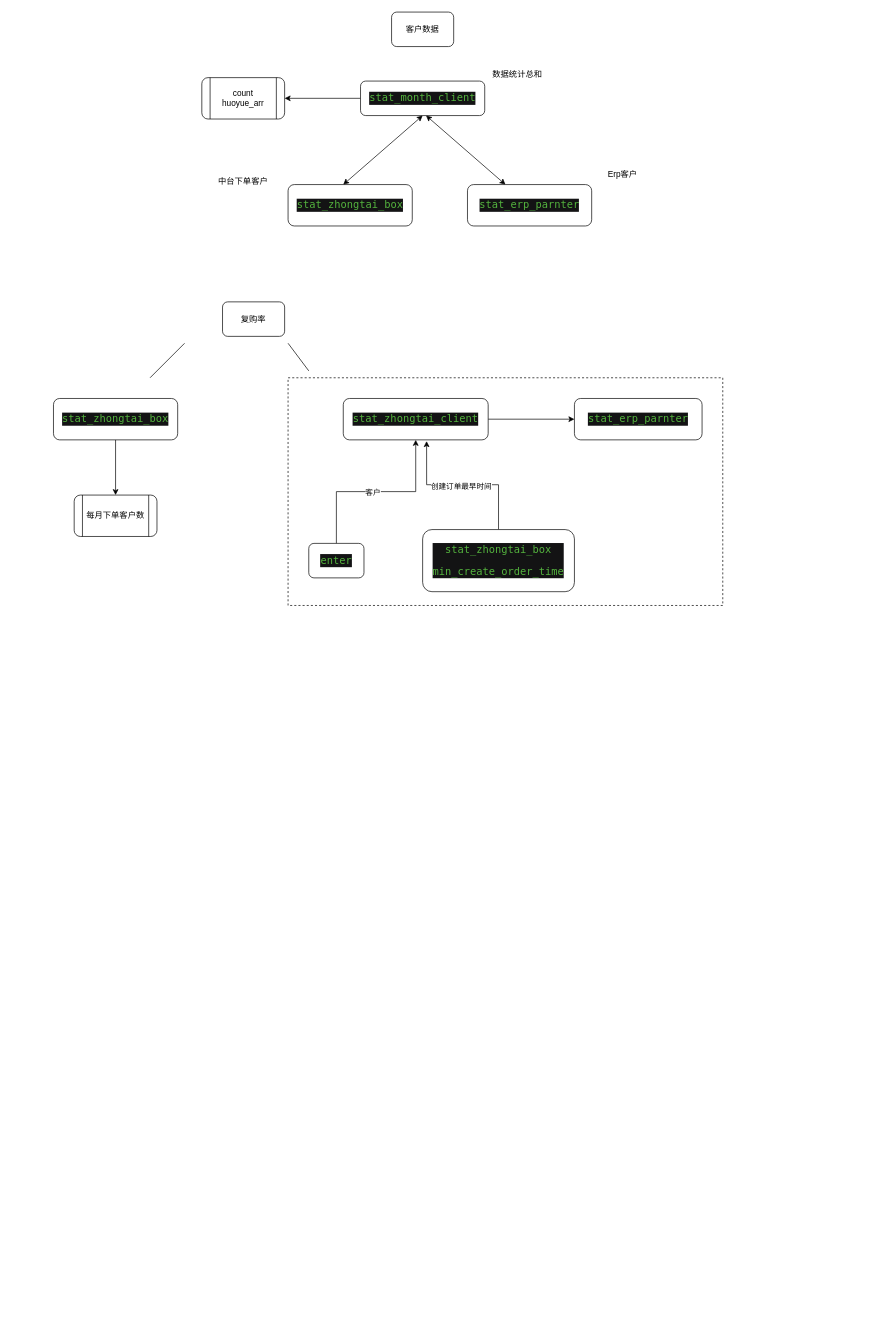
Earlier version of the draw.io diagram 数据分析-客户数据.drawio (gongyao1992/draw). Source tidied: cells renumbered, new cells numbered last; positions are measured from the earlier drawing's top-left corner, leaving out a move shared by most shapes. Both pictures are drawn from the tidied source at 69%, with x=0, y=0 at pixel (53, 12).
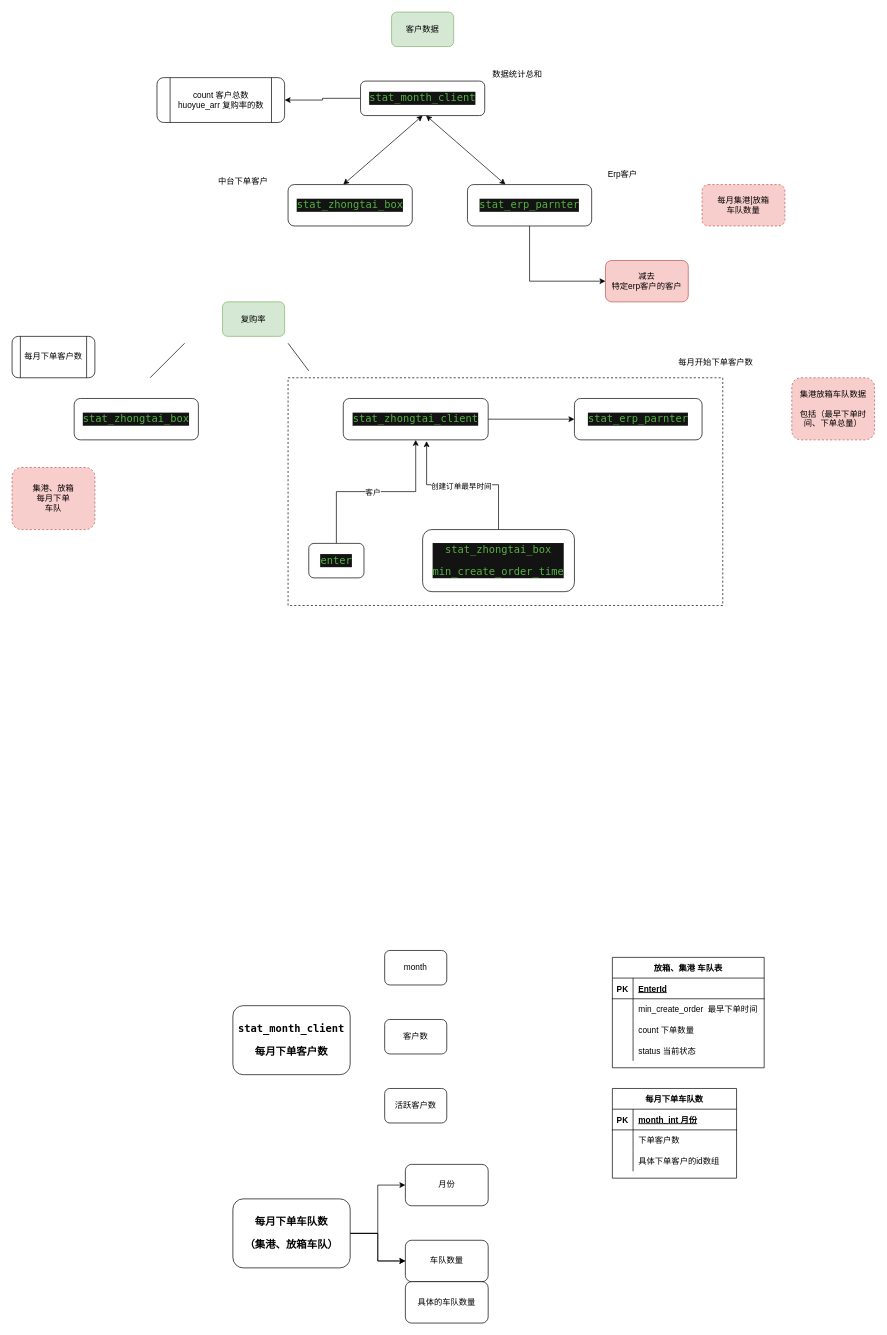
Above is the later version.

Commit message:
更新数据分析-客户数据.drawio

The change refers to these unchanged cells:
```xml
<mxCell id="6" value="&lt;pre style=&quot;background-color: #131314 ; color: #ebebeb ; font-family: &amp;#34;monaco&amp;#34; , monospace ; font-size: 11.3pt&quot;&gt;&lt;pre style=&quot;font-family: &amp;#34;monaco&amp;#34; , monospace ; font-size: 11.3pt&quot;&gt;&lt;span style=&quot;color: #54b33e&quot;&gt;stat_erp_parnter&lt;/span&gt;&lt;/pre&gt;&lt;/pre&gt;" style="rounded=1;whiteSpace=wrap;html=1;" parent="1" vertex="1">
  <mxGeometry x="600" y="250" width="180" height="60" as="geometry" />
</mxCell>
```

The edit, as a diff of the source:
```diff
@@
+    <mxCell id="26" style="rounded=0;whiteSpace=wrap;html=1;fillColor=none;dashed=1;" parent="1" vertex="1">
+      <mxGeometry x="340" y="530" width="630" height="330" as="geometry" />
+    </mxCell>
-    <mxCell id="2" value="客户数据" style="rounded=1;whiteSpace=wrap;html=1;" parent="1" vertex="1">
+    <mxCell id="2" value="客户数据" style="rounded=1;whiteSpace=wrap;html=1;fillColor=#d5e8d4;strokeColor=#82b366;" parent="1" vertex="1">
       <mxGeometry x="490" width="90" height="50" as="geometry" />
     </mxCell>
@@
+    <mxCell id="29" style="edgeStyle=orthogonalEdgeStyle;rounded=0;jettySize=auto;html=1;exitX=0.5;exitY=1;exitDx=0;exitDy=0;entryX=0;entryY=0.5;entryDx=0;entryDy=0;" parent="1" edge="1" source="6" target="45">
+      <mxGeometry relative="1" as="geometry" />
+    </mxCell>
@@
-    <mxCell id="12" value="count&lt;br&gt;huoyue_arr" style="shape=process;whiteSpace=wrap;html=1;backgroundOutline=1;rounded=1;" parent="1" vertex="1">
-      <mxGeometry x="215" y="95" width="120" height="60" as="geometry" />
+    <mxCell id="12" value="count 客户总数&lt;br&gt;huoyue_arr 复购率的数" style="shape=process;whiteSpace=wrap;html=1;backgroundOutline=1;rounded=1;" parent="1" vertex="1">
+      <mxGeometry x="150" y="95" width="185" height="65" as="geometry" />
     </mxCell>
@@
-    <mxCell id="22" value="复购率" style="rounded=1;whiteSpace=wrap;html=1;" parent="1" vertex="1">
+    <mxCell id="22" value="复购率" style="rounded=1;whiteSpace=wrap;html=1;fillColor=#d5e8d4;strokeColor=#82b366;" parent="1" vertex="1">
       <mxGeometry x="245" y="420" width="90" height="50" as="geometry" />
     </mxCell>
-    <mxCell id="23" style="edgeStyle=orthogonalEdgeStyle;rounded=0;jettySize=auto;html=1;" parent="1" edge="1" source="24" target="25">
-      <mxGeometry relative="1" as="geometry" />
-    </mxCell>
     <mxCell id="24" value="&lt;pre style=&quot;background-color: #131314 ; color: #ebebeb ; font-family: &amp;#34;monaco&amp;#34; , monospace ; font-size: 11.3pt&quot;&gt;&lt;span style=&quot;color: #54b33e&quot;&gt;stat_zhongtai_box&lt;/span&gt;&lt;/pre&gt;" style="rounded=1;whiteSpace=wrap;html=1;" parent="1" vertex="1">
-      <mxGeometry y="560" width="180" height="60" as="geometry" />
+      <mxGeometry x="30" y="560" width="180" height="60" as="geometry" />
     </mxCell>
     <mxCell id="25" value="每月下单客户数" style="shape=process;whiteSpace=wrap;html=1;backgroundOutline=1;rounded=1;" parent="1" vertex="1">
-      <mxGeometry x="30" y="700" width="120" height="60" as="geometry" />
+      <mxGeometry x="-60" y="470" width="120" height="60" as="geometry" />
     </mxCell>
-    <mxCell id="26" style="rounded=0;whiteSpace=wrap;html=1;fillColor=none;dashed=1;" parent="1" vertex="1">
-      <mxGeometry x="340" y="530" width="630" height="330" as="geometry" />
-    </mxCell>
@@
+    <mxCell id="30" value="每月开始下单客户数" style="text;html=1;strokeColor=none;fillColor=none;align=center;verticalAlign=middle;whiteSpace=wrap;rounded=0;dashed=1;" parent="1" vertex="1">
+      <mxGeometry x="900" y="495" width="120" height="25" as="geometry" />
+    </mxCell>
+    <mxCell id="31" value="每月集港|放箱&lt;br&gt;车队数量" style="rounded=1;whiteSpace=wrap;html=1;dashed=1;fillColor=#f8cecc;strokeColor=#b85450;" parent="1" vertex="1">
+      <mxGeometry x="940" y="250" width="120" height="60" as="geometry" />
+    </mxCell>
+    <mxCell id="32" value="集港放箱车队数据&lt;br&gt;&lt;br&gt;包括（最早下单时间、下单总量）" style="rounded=1;whiteSpace=wrap;html=1;dashed=1;fillColor=#f8cecc;strokeColor=#b85450;" parent="1" vertex="1">
+      <mxGeometry x="1070" y="530" width="120" height="90" as="geometry" />
+    </mxCell>
+    <mxCell id="33" value="集港、放箱&lt;br&gt;每月下单&lt;br&gt;车队" style="rounded=1;whiteSpace=wrap;html=1;dashed=1;fillColor=#f8cecc;strokeColor=#b85450;" parent="1" vertex="1">
+      <mxGeometry x="-60" y="660" width="120" height="90" as="geometry" />
+    </mxCell>
+    <mxCell id="34" value="&lt;pre style=&quot;font-family: &amp;#34;monaco&amp;#34; , monospace ; font-size: 11.3pt&quot;&gt;&lt;span style=&quot;background-color: rgb(255 , 255 , 255)&quot;&gt;&lt;b&gt;stat_month_client&lt;/b&gt;&lt;/span&gt;&lt;/pre&gt;&lt;pre style=&quot;font-family: &amp;#34;monaco&amp;#34; , monospace ; font-size: 11.3pt&quot;&gt;&lt;span style=&quot;background-color: rgb(255 , 255 , 255)&quot;&gt;&lt;b&gt;每月下单客户数&lt;/b&gt;&lt;/span&gt;&lt;/pre&gt;" style="rounded=1;whiteSpace=wrap;html=1;" parent="1" vertex="1">
+      <mxGeometry x="260" y="1440" width="170" height="100" as="geometry" />
+    </mxCell>
+    <mxCell id="35" value="month" style="rounded=1;whiteSpace=wrap;html=1;" parent="1" vertex="1">
+      <mxGeometry x="480" y="1360" width="90" height="50" as="geometry" />
+    </mxCell>
+    <mxCell id="36" value="客户数" style="rounded=1;whiteSpace=wrap;html=1;" parent="1" vertex="1">
+      <mxGeometry x="480" y="1460" width="90" height="50" as="geometry" />
+    </mxCell>
+    <mxCell id="37" value="活跃客户数" style="rounded=1;whiteSpace=wrap;html=1;" parent="1" vertex="1">
+      <mxGeometry x="480" y="1560" width="90" height="50" as="geometry" />
+    </mxCell>
+    <mxCell id="38" style="edgeStyle=orthogonalEdgeStyle;rounded=0;jettySize=auto;html=1;" parent="1" edge="1" source="41" target="42">
+      <mxGeometry relative="1" as="geometry" />
+    </mxCell>
+    <mxCell id="39" style="edgeStyle=orthogonalEdgeStyle;rounded=0;jettySize=auto;html=1;" parent="1" edge="1" source="41" target="43">
+      <mxGeometry relative="1" as="geometry" />
+    </mxCell>
+    <mxCell id="40" style="edgeStyle=orthogonalEdgeStyle;rounded=0;jettySize=auto;html=1;" parent="1" edge="1" source="41" target="43">
+      <mxGeometry relative="1" as="geometry" />
+    </mxCell>
+    <mxCell id="41" value="&lt;pre style=&quot;font-family: &amp;#34;monaco&amp;#34; , monospace ; font-size: 11.3pt&quot;&gt;&lt;span style=&quot;background-color: rgb(255 , 255 , 255)&quot;&gt;&lt;b&gt;每月下单车队数&lt;/b&gt;&lt;/span&gt;&lt;/pre&gt;&lt;pre style=&quot;font-family: &amp;#34;monaco&amp;#34; , monospace ; font-size: 11.3pt&quot;&gt;&lt;span style=&quot;background-color: rgb(255 , 255 , 255)&quot;&gt;&lt;b&gt;（集港、放箱车队）&lt;/b&gt;&lt;/span&gt;&lt;/pre&gt;" style="rounded=1;whiteSpace=wrap;html=1;" parent="1" vertex="1">
+      <mxGeometry x="260" y="1720" width="170" height="100" as="geometry" />
+    </mxCell>
+    <mxCell id="42" value="月份" style="whiteSpace=wrap;html=1;rounded=1;" parent="1" vertex="1">
+      <mxGeometry x="510" y="1670" width="120" height="60" as="geometry" />
+    </mxCell>
+    <mxCell id="43" value="车队数量" style="whiteSpace=wrap;html=1;rounded=1;" parent="1" vertex="1">
+      <mxGeometry x="510" y="1780" width="120" height="60" as="geometry" />
+    </mxCell>
+    <mxCell id="44" value="具体的车队数量" style="whiteSpace=wrap;html=1;rounded=1;" parent="1" vertex="1">
+      <mxGeometry x="510" y="1840" width="120" height="60" as="geometry" />
+    </mxCell>
+    <mxCell id="45" value="减去&lt;br&gt;特定erp客户的客户" style="rounded=1;whiteSpace=wrap;html=1;fillColor=#f8cecc;strokeColor=#b85450;" parent="1" vertex="1">
+      <mxGeometry x="800" y="360" width="120" height="60" as="geometry" />
+    </mxCell>
+    <mxCell id="46" value="放箱、集港 车队表" style="shape=table;startSize=30;childLayout=tableLayout;rowLines=0;fontStyle=1;align=center;gradientColor=none;" parent="1" vertex="1">
+      <mxGeometry x="810" y="1370" width="220" height="160" as="geometry" />
+    </mxCell>
+    <mxCell id="47" style="shape=partialRectangle;fillColor=none;top=0;left=0;bottom=1;right=0;" parent="46" vertex="1">
+      <mxGeometry y="30" width="220" height="30" as="geometry" />
+    </mxCell>
+    <mxCell id="48" value="PK" style="shape=partialRectangle;fillColor=none;top=0;left=0;bottom=0;right=0;fontStyle=1;overflow=hidden;" parent="47" vertex="1">
+      <mxGeometry width="30" height="30" as="geometry" />
+    </mxCell>
+    <mxCell id="49" value="EnterId" style="shape=partialRectangle;fillColor=none;top=0;left=0;bottom=0;right=0;align=left;spacingLeft=6;fontStyle=5;overflow=hidden;" parent="47" vertex="1">
+      <mxGeometry x="30" width="190" height="30" as="geometry" />
+    </mxCell>
+    <mxCell id="50" style="shape=partialRectangle;fillColor=none;top=0;left=0;bottom=0;right=0;" parent="46" vertex="1">
+      <mxGeometry y="60" width="220" height="30" as="geometry" />
+    </mxCell>
+    <mxCell id="51" style="shape=partialRectangle;fillColor=none;top=0;left=0;bottom=0;right=0;overflow=hidden;" parent="50" vertex="1">
+      <mxGeometry width="30" height="30" as="geometry" />
+    </mxCell>
+    <mxCell id="52" value="min_create_order  最早下单时间" style="shape=partialRectangle;fillColor=none;top=0;left=0;bottom=0;right=0;align=left;spacingLeft=6;overflow=hidden;" parent="50" vertex="1">
+      <mxGeometry x="30" width="190" height="30" as="geometry" />
+    </mxCell>
+    <mxCell id="53" style="shape=partialRectangle;fillColor=none;top=0;left=0;bottom=0;right=0;" parent="46" vertex="1">
+      <mxGeometry y="90" width="220" height="30" as="geometry" />
+    </mxCell>
+    <mxCell id="54" style="shape=partialRectangle;fillColor=none;top=0;left=0;bottom=0;right=0;overflow=hidden;" parent="53" vertex="1">
+      <mxGeometry width="30" height="30" as="geometry" />
+    </mxCell>
+    <mxCell id="55" value="count 下单数量" style="shape=partialRectangle;fillColor=none;top=0;left=0;bottom=0;right=0;align=left;spacingLeft=6;overflow=hidden;" parent="53" vertex="1">
+      <mxGeometry x="30" width="190" height="30" as="geometry" />
+    </mxCell>
+    <mxCell id="56" style="shape=partialRectangle;fillColor=none;top=0;left=0;bottom=0;right=0;" parent="46" vertex="1">
+      <mxGeometry y="120" width="220" height="30" as="geometry" />
+    </mxCell>
+    <mxCell id="57" style="shape=partialRectangle;fillColor=none;top=0;left=0;bottom=0;right=0;overflow=hidden;" parent="56" vertex="1">
+      <mxGeometry width="30" height="30" as="geometry" />
+    </mxCell>
+    <mxCell id="58" value="status 当前状态" style="shape=partialRectangle;fillColor=none;top=0;left=0;bottom=0;right=0;align=left;spacingLeft=6;overflow=hidden;" parent="56" vertex="1">
+      <mxGeometry x="30" width="190" height="30" as="geometry" />
+    </mxCell>
+    <mxCell id="59" value="每月下单车队数" style="shape=table;startSize=30;childLayout=tableLayout;rowLines=0;fontStyle=1;align=center;gradientColor=none;" parent="1" vertex="1">
+      <mxGeometry x="810" y="1560" width="180" height="130" as="geometry" />
+    </mxCell>
+    <mxCell id="60" style="shape=partialRectangle;fillColor=none;top=0;left=0;bottom=1;right=0;" parent="59" vertex="1">
+      <mxGeometry y="30" width="180" height="30" as="geometry" />
+    </mxCell>
+    <mxCell id="61" value="PK" style="shape=partialRectangle;fillColor=none;top=0;left=0;bottom=0;right=0;fontStyle=1;overflow=hidden;" parent="60" vertex="1">
+      <mxGeometry width="30" height="30" as="geometry" />
+    </mxCell>
+    <mxCell id="62" value="month_int 月份" style="shape=partialRectangle;fillColor=none;top=0;left=0;bottom=0;right=0;align=left;spacingLeft=6;fontStyle=5;overflow=hidden;" parent="60" vertex="1">
+      <mxGeometry x="30" width="150" height="30" as="geometry" />
+    </mxCell>
+    <mxCell id="63" style="shape=partialRectangle;fillColor=none;top=0;left=0;bottom=0;right=0;" parent="59" vertex="1">
+      <mxGeometry y="60" width="180" height="30" as="geometry" />
+    </mxCell>
+    <mxCell id="64" style="shape=partialRectangle;fillColor=none;top=0;left=0;bottom=0;right=0;overflow=hidden;" parent="63" vertex="1">
+      <mxGeometry width="30" height="30" as="geometry" />
+    </mxCell>
+    <mxCell id="65" value="下单客户数" style="shape=partialRectangle;fillColor=none;top=0;left=0;bottom=0;right=0;align=left;spacingLeft=6;overflow=hidden;" parent="63" vertex="1">
+      <mxGeometry x="30" width="150" height="30" as="geometry" />
+    </mxCell>
+    <mxCell id="66" style="shape=partialRectangle;fillColor=none;top=0;left=0;bottom=0;right=0;" parent="59" vertex="1">
+      <mxGeometry y="90" width="180" height="30" as="geometry" />
+    </mxCell>
+    <mxCell id="67" style="shape=partialRectangle;fillColor=none;top=0;left=0;bottom=0;right=0;overflow=hidden;" parent="66" vertex="1">
+      <mxGeometry width="30" height="30" as="geometry" />
+    </mxCell>
+    <mxCell id="68" value="具体下单客户的id数组" style="shape=partialRectangle;fillColor=none;top=0;left=0;bottom=0;right=0;align=left;spacingLeft=6;overflow=hidden;" parent="66" vertex="1">
+      <mxGeometry x="30" width="150" height="30" as="geometry" />
+    </mxCell>
```
